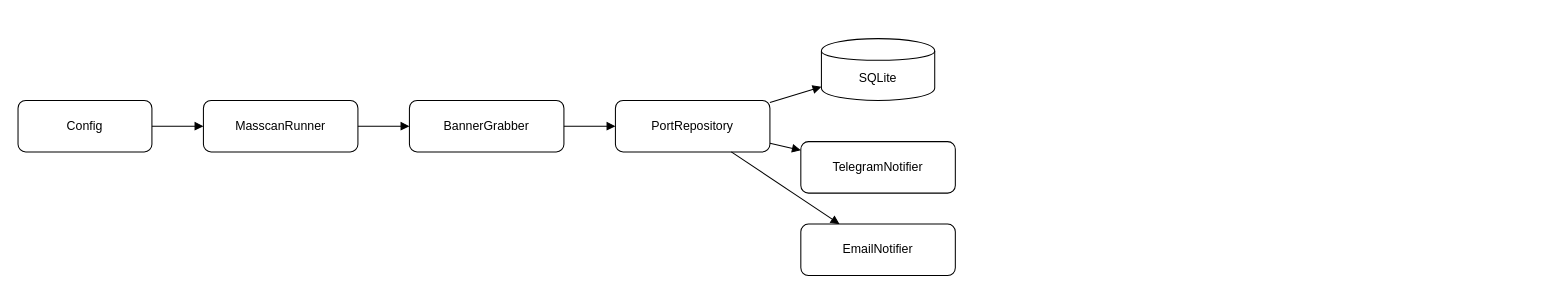
paintingpromisesss/vk-portscanner keeps this draw.io diagram as diagrams/portscanner-architecture.drawio. Above is the earlier version. Source tidied: cells renumbered, new cells numbered last; positions are measured from the earlier drawing's top-left corner, leaving out a move shared by most shapes. Both pictures are drawn from the tidied source at 103%, with x=0, y=0 at pixel (18, 38).
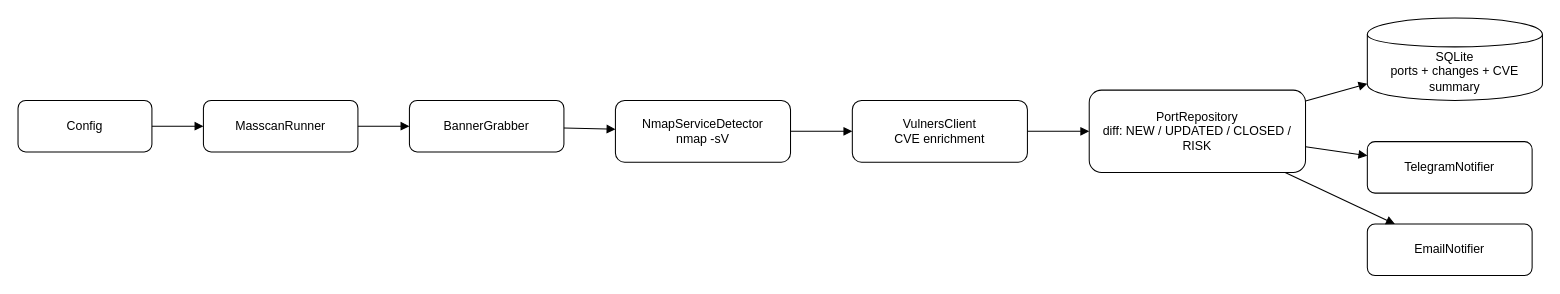
The same page after the edit.

The edit, as a diff of the source:
```diff
@@
 <mxGraphModel>
   <root>
     <mxCell id="0" />
     <mxCell id="1" parent="0" />
     <mxCell id="2" value="Config" style="rounded=1;whiteSpace=wrap;html=1;" parent="1" vertex="1">
       <mxGeometry y="60" width="130" height="50" as="geometry" />
     </mxCell>
     <mxCell id="3" value="MasscanRunner" style="rounded=1;whiteSpace=wrap;html=1;" parent="1" vertex="1">
       <mxGeometry x="180" y="60" width="150" height="50" as="geometry" />
     </mxCell>
     <mxCell id="4" value="BannerGrabber" style="rounded=1;whiteSpace=wrap;html=1;" parent="1" vertex="1">
       <mxGeometry x="380" y="60" width="150" height="50" as="geometry" />
     </mxCell>
-    <mxCell id="5" value="PortRepository" style="rounded=1;whiteSpace=wrap;html=1;" parent="1" vertex="1">
-      <mxGeometry x="580" y="60" width="150" height="50" as="geometry" />
+    <mxCell id="5" value="NmapServiceDetector&#10;nmap -sV" style="rounded=1;whiteSpace=wrap;html=1;" parent="1" vertex="1">
+      <mxGeometry x="580" y="60" width="170" height="60" as="geometry" />
     </mxCell>
-    <mxCell id="6" value="SQLite" style="shape=cylinder;whiteSpace=wrap;html=1;boundedLbl=1;" parent="1" vertex="1">
-      <mxGeometry x="780" width="110" height="60" as="geometry" />
+    <mxCell id="6" value="VulnersClient&#10;CVE enrichment" style="rounded=1;whiteSpace=wrap;html=1;" parent="1" vertex="1">
+      <mxGeometry x="810" y="60" width="170" height="60" as="geometry" />
     </mxCell>
-    <mxCell id="7" value="TelegramNotifier" style="rounded=1;whiteSpace=wrap;html=1;" parent="1" vertex="1">
-      <mxGeometry x="760" y="100" width="150" height="50" as="geometry" />
+    <mxCell id="7" value="PortRepository&#10;diff: NEW / UPDATED / CLOSED / RISK" style="rounded=1;whiteSpace=wrap;html=1;" parent="1" vertex="1">
+      <mxGeometry x="1040" y="50" width="210" height="80" as="geometry" />
     </mxCell>
-    <mxCell id="8" value="EmailNotifier" style="rounded=1;whiteSpace=wrap;html=1;" parent="1" vertex="1">
-      <mxGeometry x="760" y="180" width="150" height="50" as="geometry" />
+    <mxCell id="8" value="SQLite&#10;ports + changes + CVE summary" style="shape=cylinder;whiteSpace=wrap;html=1;boundedLbl=1;" parent="1" vertex="1">
+      <mxGeometry x="1310" y="-20" width="170" height="80" as="geometry" />
     </mxCell>
+    <mxCell id="15" value="TelegramNotifier" style="rounded=1;whiteSpace=wrap;html=1;" parent="1" vertex="1">
+      <mxGeometry x="1310" y="100" width="160" height="50" as="geometry" />
+    </mxCell>
+    <mxCell id="16" value="EmailNotifier" style="rounded=1;whiteSpace=wrap;html=1;" parent="1" vertex="1">
+      <mxGeometry x="1310" y="180" width="160" height="50" as="geometry" />
+    </mxCell>
     <mxCell id="9" style="endArrow=block;html=1;" parent="1" edge="1" source="2" target="3">
       <mxGeometry relative="1" as="geometry" />
     </mxCell>
     <mxCell id="10" style="endArrow=block;html=1;" parent="1" edge="1" source="3" target="4">
       <mxGeometry relative="1" as="geometry" />
     </mxCell>
     <mxCell id="11" style="endArrow=block;html=1;" parent="1" edge="1" source="4" target="5">
       <mxGeometry relative="1" as="geometry" />
     </mxCell>
     <mxCell id="12" style="endArrow=block;html=1;" parent="1" edge="1" source="5" target="6">
       <mxGeometry relative="1" as="geometry" />
     </mxCell>
-    <mxCell id="13" style="endArrow=block;html=1;" parent="1" edge="1" source="5" target="7">
+    <mxCell id="13" style="endArrow=block;html=1;" parent="1" edge="1" source="6" target="7">
       <mxGeometry relative="1" as="geometry" />
     </mxCell>
-    <mxCell id="14" style="endArrow=block;html=1;" parent="1" edge="1" source="5" target="8">
+    <mxCell id="14" style="endArrow=block;html=1;" parent="1" edge="1" source="7" target="8">
       <mxGeometry relative="1" as="geometry" />
     </mxCell>
+    <mxCell id="17" style="endArrow=block;html=1;" parent="1" edge="1" source="7" target="15">
+      <mxGeometry relative="1" as="geometry" />
+    </mxCell>
+    <mxCell id="18" style="endArrow=block;html=1;" parent="1" edge="1" source="7" target="16">
+      <mxGeometry relative="1" as="geometry" />
+    </mxCell>
   </root>
 </mxGraphModel>
```
